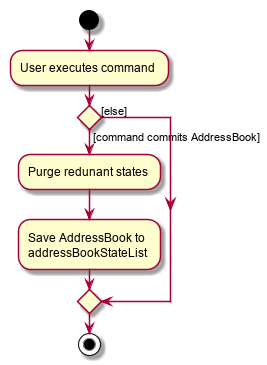
This is docs/images/CommitActivityDiagram.png from nus-cs2103-AY2021S1/tp, a PlantUML export, as it was before one commit.
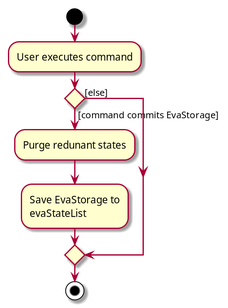
The same diagram one commit later.

What changed in the source:
```diff
@@ -3,10 +3,10 @@
 :User executes command;
 
 
-if () then ([command commits AddressBook])
+if () then ([command commits EvaStorage])
     :Purge redunant states;
-    :Save AddressBook to
-    addressBookStateList;
+    :Save EvaStorage to
+    evaStateList;
 else ([else])
 endif
 stop
```
